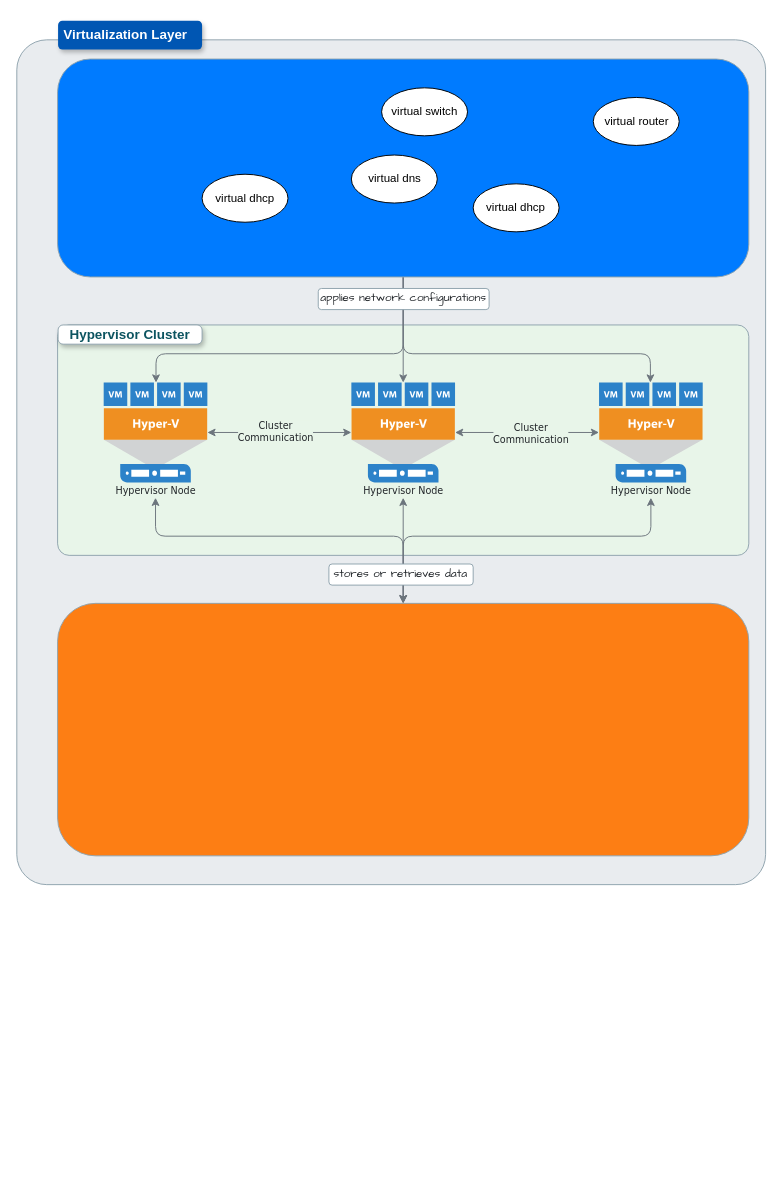
Before: page "Page-2" (2 of 3) of diagrams/Globale_Conception.drawio in Benmeddour/ai-driven-infrastructure-resource-provisioning, a draw.io diagram. Source tidied: cells renumbered, new cells numbered last; positions are measured from the earlier drawing's top-left corner, leaving out a move shared by most shapes. Both pictures are drawn from the tidied source at 96%, with x=0, y=0 at pixel (16, 20).
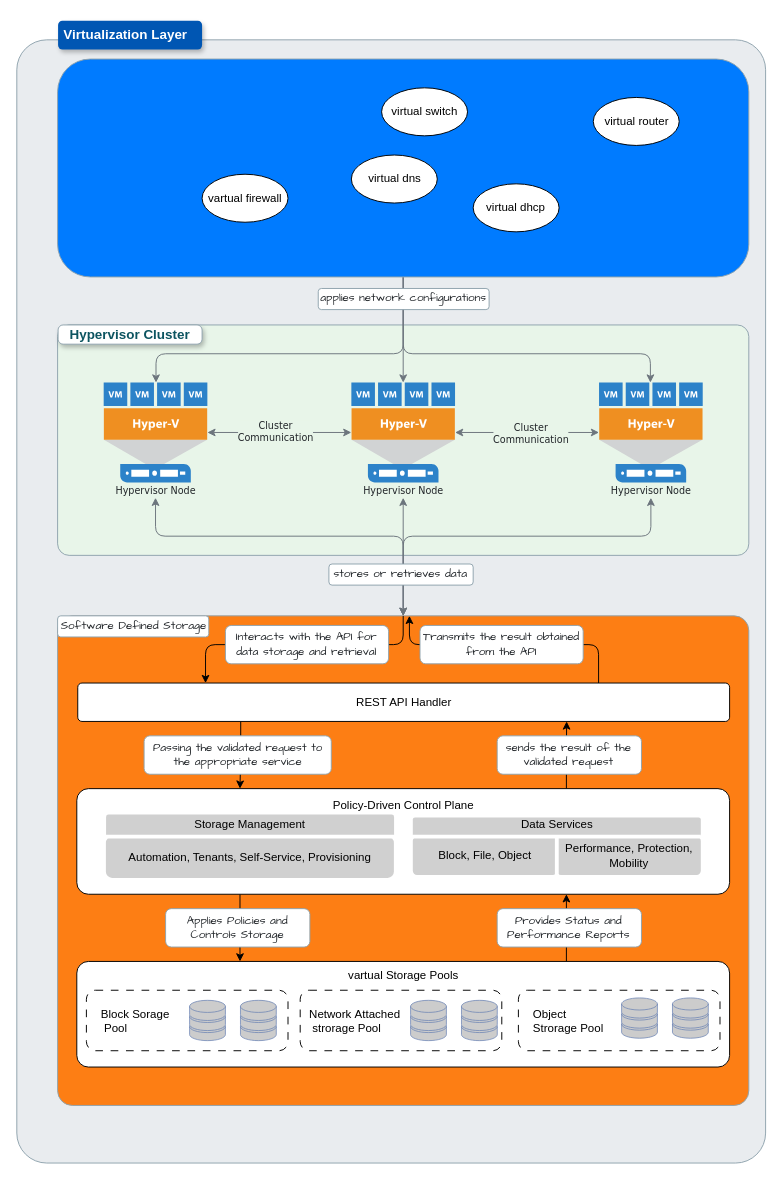
Above is the later version.

What changed in the source:
```diff
@@
     <mxCell id="2" style="rounded=1;whiteSpace=wrap;html=1;labelBackgroundColor=none;fillColor=#E9ECEF;strokeColor=#90A4AE;fontColor=#1D3557;arcSize=4;" parent="1" vertex="1">
-      <mxGeometry y="20" width="780" height="880" as="geometry" />
+      <mxGeometry y="20" width="780" height="1170" as="geometry" />
     </mxCell>
@@
-    <mxCell id="4" style="rounded=1;whiteSpace=wrap;html=1;strokeColor=#90A4AE;fontColor=#FFFFFF;fillColor=light-dark(#FD7E14,#00284D);fontFamily=Verdana;fontStyle=1;fontSize=20;" parent="1" vertex="1">
-      <mxGeometry x="42.5" y="607" width="720" height="263" as="geometry" />
+    <mxCell id="4" style="rounded=1;whiteSpace=wrap;html=1;strokeColor=#90A4AE;fontColor=#FFFFFF;fillColor=light-dark(#FD7E14,#00284D);fontFamily=Verdana;fontStyle=1;fontSize=20;arcSize=3;" parent="1" vertex="1">
+      <mxGeometry x="42.5" y="620" width="720" height="510" as="geometry" />
     </mxCell>
@@
-    <mxCell id="30" value="virtual dhcp" style="ellipse;whiteSpace=wrap;html=1;" parent="1" vertex="1">
+    <mxCell id="30" value="vartual firewall" style="ellipse;whiteSpace=wrap;html=1;" parent="1" vertex="1">
       <mxGeometry x="193" y="160" width="89.5" height="50" as="geometry" />
     </mxCell>
+    <mxCell id="31" style="edgeStyle=orthogonalEdgeStyle;rounded=1;jettySize=auto;html=1;exitX=0.75;exitY=0;exitDx=0;exitDy=0;entryX=0.75;entryY=1;entryDx=0;entryDy=0;curved=0;flowAnimation=1;" parent="1" edge="1" source="32" target="38">
+      <mxGeometry relative="1" as="geometry" />
+    </mxCell>
+    <mxCell id="32" value="vartual Storage Pools" style="rounded=1;whiteSpace=wrap;html=1;arcSize=11;spacingTop=-80;" parent="1" vertex="1">
+      <mxGeometry x="62.5" y="980" width="680" height="110" as="geometry" />
+    </mxCell>
+    <mxCell id="33" value="Block Sorage&lt;div&gt;&amp;nbsp;Pool&lt;/div&gt;" style="rounded=1;whiteSpace=wrap;html=1;dashed=1;dashPattern=8 8;align=left;spacingTop=0;spacing=15;" parent="1" vertex="1">
+      <mxGeometry x="72.5" y="1010" width="210" height="63" as="geometry" />
+    </mxCell>
+    <mxCell id="34" value="Object&amp;nbsp;&lt;div&gt;Strorage Pool&lt;/div&gt;" style="rounded=1;whiteSpace=wrap;html=1;dashed=1;dashPattern=8 8;align=left;spacing=15;spacingTop=0;" parent="1" vertex="1">
+      <mxGeometry x="522.5" y="1010" width="210" height="63" as="geometry" />
+    </mxCell>
+    <mxCell id="35" value="Network&amp;nbsp;Attached&lt;div&gt;&amp;nbsp;strorage Pool&lt;/div&gt;" style="rounded=1;whiteSpace=wrap;html=1;dashed=1;dashPattern=8 8;align=left;spacingTop=0;spacing=10;" parent="1" vertex="1">
+      <mxGeometry x="295.2" y="1010" width="210" height="63" as="geometry" />
+    </mxCell>
+    <mxCell id="36" style="edgeStyle=orthogonalEdgeStyle;rounded=1;jettySize=auto;html=1;exitX=0.25;exitY=1;exitDx=0;exitDy=0;entryX=0.25;entryY=0;entryDx=0;entryDy=0;curved=0;flowAnimation=1;" parent="1" edge="1" source="38" target="32">
+      <mxGeometry relative="1" as="geometry" />
+    </mxCell>
+    <mxCell id="37" style="edgeStyle=orthogonalEdgeStyle;rounded=0;jettySize=auto;html=1;exitX=0.75;exitY=0;exitDx=0;exitDy=0;entryX=0.75;entryY=1;entryDx=0;entryDy=0;flowAnimation=1;" parent="1" edge="1" source="38" target="43">
+      <mxGeometry relative="1" as="geometry" />
+    </mxCell>
+    <mxCell id="38" value="Policy-Driven Control Plane" style="rounded=1;whiteSpace=wrap;arcSize=11;spacingTop=-75;" parent="1" vertex="1">
+      <mxGeometry x="62.5" y="800" width="680" height="110" as="geometry" />
+    </mxCell>
+    <mxCell id="39" value="Storage Management&lt;div&gt;&lt;br&gt;&lt;/div&gt;" style="rounded=1;whiteSpace=wrap;html=1;arcSize=11;spacingTop=10;labelBorderColor=none;glass=0;fillColor=#D0D0D0;strokeColor=none;" parent="1" vertex="1">
+      <mxGeometry x="93" y="827" width="300" height="23" as="geometry" />
+    </mxCell>
+    <mxCell id="40" value="&lt;div&gt;Performance, Protection, Mobility&lt;/div&gt;" style="rounded=1;whiteSpace=wrap;html=1;arcSize=11;fillColor=#D0D0D0;strokeColor=none;" parent="1" vertex="1">
+      <mxGeometry x="562.5" y="850" width="150" height="40" as="geometry" />
+    </mxCell>
+    <mxCell id="41" style="edgeStyle=orthogonalEdgeStyle;rounded=1;jettySize=auto;html=1;exitX=0.799;exitY=0.001;exitDx=0;exitDy=0;entryX=0.509;entryY=0;entryDx=0;entryDy=0;entryPerimeter=0;curved=0;flowAnimation=1;exitPerimeter=0;" parent="1" edge="1" source="43" target="4">
+      <mxGeometry relative="1" as="geometry">
+        <Array as="points">
+          <mxPoint x="606" y="650" />
+          <mxPoint x="409" y="650" />
+        </Array>
+      </mxGeometry>
+    </mxCell>
+    <mxCell id="42" style="edgeStyle=orthogonalEdgeStyle;rounded=0;jettySize=auto;html=1;exitX=0.25;exitY=1;exitDx=0;exitDy=0;entryX=0.25;entryY=0;entryDx=0;entryDy=0;flowAnimation=1;" parent="1" edge="1" source="43" target="38">
+      <mxGeometry relative="1" as="geometry" />
+    </mxCell>
+    <mxCell id="43" value="REST API Handler" style="rounded=1;whiteSpace=wrap;html=1;arcSize=11;" parent="1" vertex="1">
+      <mxGeometry x="63.5" y="690" width="679" height="40" as="geometry" />
+    </mxCell>
+    <mxCell id="44" style="fontColor=#0066CC;verticalAlign=top;verticalLabelPosition=bottom;labelPosition=center;align=center;html=1;fillColor=#CCCCCC;strokeColor=#6881B3;gradientColor=none;gradientDirection=north;strokeWidth=2;shape=mxgraph.networks.storage;spacingTop=0;spacing=15;" parent="1" vertex="1">
+      <mxGeometry x="683" y="1018" width="37.3" height="42" as="geometry" />
+    </mxCell>
+    <mxCell id="45" style="fontColor=#0066CC;verticalAlign=top;verticalLabelPosition=bottom;labelPosition=center;align=center;html=1;fillColor=#CCCCCC;strokeColor=#6881B3;gradientColor=none;gradientDirection=north;strokeWidth=2;shape=mxgraph.networks.storage;spacingTop=0;spacing=15;" parent="1" vertex="1">
+      <mxGeometry x="630" y="1018" width="37.3" height="42" as="geometry" />
+    </mxCell>
+    <mxCell id="46" value="Automation, Tenants, Self-Service, Provisioning" style="rounded=1;whiteSpace=wrap;html=1;glass=0;shadow=0;fillColor=#D0D0D0;strokeColor=none;" parent="1" vertex="1">
+      <mxGeometry x="92.8" y="850" width="300" height="43" as="geometry" />
+    </mxCell>
+    <mxCell id="47" value="Data Services&lt;div&gt;&lt;br&gt;&lt;/div&gt;" style="rounded=1;whiteSpace=wrap;html=1;arcSize=11;spacingBottom=0;spacingTop=10;fillColor=#D0D0D0;strokeColor=none;" parent="1" vertex="1">
+      <mxGeometry x="412.5" y="830" width="300" height="20" as="geometry" />
+    </mxCell>
+    <mxCell id="48" value="&lt;div&gt;Block, File, Object&lt;/div&gt;" style="rounded=1;whiteSpace=wrap;html=1;arcSize=11;fillColor=#D0D0D0;strokeColor=none;" parent="1" vertex="1">
+      <mxGeometry x="412.5" y="850" width="150" height="40" as="geometry" />
+    </mxCell>
+    <mxCell id="49" style="fontColor=#0066CC;verticalAlign=top;verticalLabelPosition=bottom;labelPosition=center;align=center;html=1;fillColor=#CCCCCC;strokeColor=#6881B3;gradientColor=none;gradientDirection=north;strokeWidth=2;shape=mxgraph.networks.storage;spacingTop=0;spacing=15;" parent="1" vertex="1">
+      <mxGeometry x="233" y="1020.5" width="37.3" height="42" as="geometry" />
+    </mxCell>
+    <mxCell id="50" style="fontColor=#0066CC;verticalAlign=top;verticalLabelPosition=bottom;labelPosition=center;align=center;html=1;fillColor=#CCCCCC;strokeColor=#6881B3;gradientColor=none;gradientDirection=north;strokeWidth=2;shape=mxgraph.networks.storage;spacingTop=0;spacing=15;" parent="1" vertex="1">
+      <mxGeometry x="180" y="1020.5" width="37.3" height="42" as="geometry" />
+    </mxCell>
+    <mxCell id="51" style="fontColor=#0066CC;verticalAlign=top;verticalLabelPosition=bottom;labelPosition=center;align=center;html=1;fillColor=#CCCCCC;strokeColor=#6881B3;gradientColor=none;gradientDirection=north;strokeWidth=2;shape=mxgraph.networks.storage;spacingTop=0;spacing=15;" parent="1" vertex="1">
+      <mxGeometry x="463.2" y="1020.5" width="37.3" height="42" as="geometry" />
+    </mxCell>
+    <mxCell id="52" style="fontColor=#0066CC;verticalAlign=top;verticalLabelPosition=bottom;labelPosition=center;align=center;html=1;fillColor=#CCCCCC;strokeColor=#6881B3;gradientColor=none;gradientDirection=north;strokeWidth=2;shape=mxgraph.networks.storage;spacingTop=0;spacing=15;" parent="1" vertex="1">
+      <mxGeometry x="410.2" y="1020.5" width="37.3" height="42" as="geometry" />
+    </mxCell>
+    <mxCell id="53" style="edgeStyle=orthogonalEdgeStyle;rounded=1;jettySize=auto;html=1;exitX=0.5;exitY=0;exitDx=0;exitDy=0;curved=0;flowAnimation=1;entryX=0.196;entryY=0.001;entryDx=0;entryDy=0;entryPerimeter=0;" parent="1" edge="1" source="4" target="43">
+      <mxGeometry relative="1" as="geometry">
+        <Array as="points">
+          <mxPoint x="403" y="650" />
+          <mxPoint x="197" y="650" />
+        </Array>
+      </mxGeometry>
+    </mxCell>
+    <mxCell id="54" value="Interacts with the API for data storage and retrieval" style="rounded=1;strokeColor=#90A4AE;fontColor=#212529;fillColor=#FFFFFF;fontFamily=Comic Sans MS;textShadow=0;whiteSpace=wrap;" parent="1" vertex="1">
+      <mxGeometry x="217.3" y="630" width="170" height="40" as="geometry" />
+    </mxCell>
+    <mxCell id="55" value="Transmits the result obtained from the API" style="rounded=1;strokeColor=#90A4AE;fontColor=#212529;fillColor=#FFFFFF;fontFamily=Comic Sans MS;textShadow=0;whiteSpace=wrap;" parent="1" vertex="1">
+      <mxGeometry x="420" y="630" width="170" height="40" as="geometry" />
+    </mxCell>
+    <mxCell id="56" value="Software Defined Storage" style="rounded=1;strokeColor=#90A4AE;fontColor=#212529;fillColor=#FFFFFF;fontFamily=Comic Sans MS;textShadow=0;whiteSpace=wrap;" parent="1" vertex="1">
+      <mxGeometry x="42.5" y="620" width="157.5" height="22" as="geometry" />
+    </mxCell>
+    <mxCell id="57" value="Passing the validated request to the appropriate service" style="rounded=1;strokeColor=#90A4AE;fontColor=#212529;fillColor=#FFFFFF;fontFamily=Comic Sans MS;textShadow=0;whiteSpace=wrap;" parent="1" vertex="1">
+      <mxGeometry x="132.6" y="745" width="195" height="40" as="geometry" />
+    </mxCell>
+    <mxCell id="58" value="sends the result of the validated request" style="rounded=1;strokeColor=#90A4AE;fontColor=#212529;fillColor=#FFFFFF;fontFamily=Comic Sans MS;textShadow=0;whiteSpace=wrap;" parent="1" vertex="1">
+      <mxGeometry x="500.4" y="745" width="150.3" height="40" as="geometry" />
+    </mxCell>
+    <mxCell id="59" style="endArrow=none;html=1;rounded=0;entryX=0;entryY=0;entryDx=0;entryDy=0;exitX=1;exitY=0;exitDx=0;exitDy=0;strokeColor=#FFFFFF;strokeWidth=4;" parent="1" edge="1" source="40" target="48">
+      <mxGeometry relative="1" as="geometry" />
+    </mxCell>
+    <mxCell id="60" style="endArrow=none;html=1;rounded=0;entryX=1;entryY=0;entryDx=0;entryDy=0;exitX=0;exitY=1;exitDx=0;exitDy=0;strokeWidth=4;strokeColor=#FFFFFF;" parent="1" edge="1" source="40" target="48">
+      <mxGeometry relative="1" as="geometry" />
+    </mxCell>
+    <mxCell id="61" value="Applies Policies and Controls Storage" style="rounded=1;strokeColor=#90A4AE;fontColor=#212529;fillColor=#FFFFFF;fontFamily=Comic Sans MS;textShadow=0;whiteSpace=wrap;" parent="1" vertex="1">
+      <mxGeometry x="155" y="925" width="150.3" height="40" as="geometry" />
+    </mxCell>
+    <mxCell id="62" value="Provides Status and Performance Reports" style="rounded=1;strokeColor=#90A4AE;fontColor=#212529;fillColor=#FFFFFF;fontFamily=Comic Sans MS;textShadow=0;whiteSpace=wrap;" parent="1" vertex="1">
+      <mxGeometry x="500.4" y="925" width="150.3" height="40" as="geometry" />
+    </mxCell>
+    <mxCell id="63" style="endArrow=none;html=1;rounded=0;exitX=0;exitY=0;exitDx=0;exitDy=0;entryX=1;entryY=1;entryDx=0;entryDy=0;strokeWidth=4;strokeColor=#FFFFFF;endSize=5;startSize=5;" parent="1" edge="1" source="46" target="39">
+      <mxGeometry relative="1" as="geometry" />
+    </mxCell>
```
